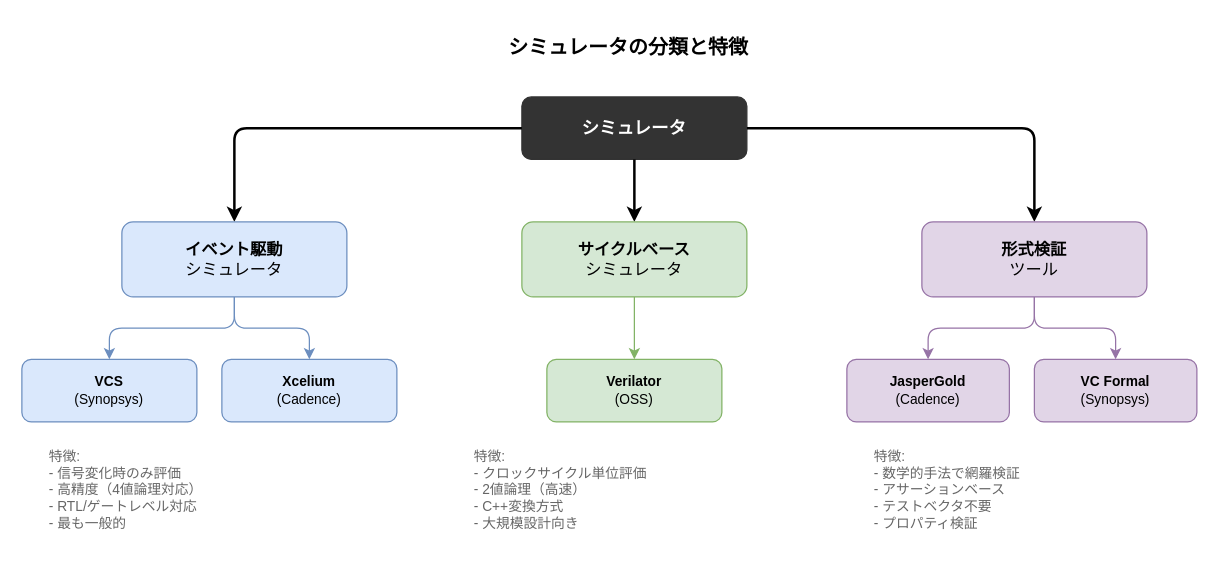
The draw.io diagram images/systemverilog-guidebook/ch02_simulator_overview.drawio in aquaxis/webdoc, before the edit. Source tidied: cells renumbered, new cells numbered last; positions are measured from the earlier drawing's top-left corner, leaving out a move shared by most shapes. Both pictures are drawn from the tidied source at 125%, with x=0, y=0 at pixel (21, 21).
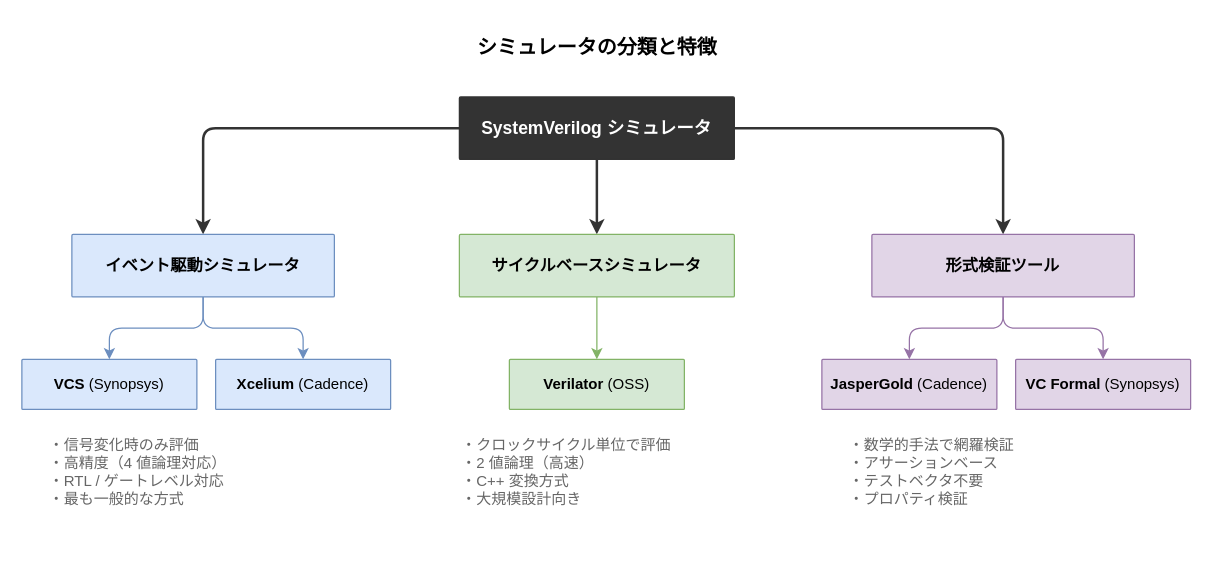
The same page after the edit.

What changed in the source:
```diff
@@
     <mxCell id="2" value="&lt;b&gt;シミュレータの分類と特徴&lt;/b&gt;" style="text;html=1;align=center;verticalAlign=middle;strokeColor=none;fillColor=none;fontSize=16;" parent="1" vertex="1">
-      <mxGeometry x="360" width="250" height="40" as="geometry" />
+      <mxGeometry x="330" width="260" height="40" as="geometry" />
     </mxCell>
-    <mxCell id="3" value="&lt;b&gt;シミュレータ&lt;/b&gt;" style="rounded=1;whiteSpace=wrap;html=1;fillColor=#333333;strokeColor=#333333;fontColor=#ffffff;fontSize=14;" parent="1" vertex="1">
-      <mxGeometry x="400" y="60" width="180" height="50" as="geometry" />
+    <mxCell id="3" value="&lt;b&gt;SystemVerilog シミュレータ&lt;/b&gt;" style="rounded=1;arcSize=2;whiteSpace=wrap;html=1;fillColor=#333333;strokeColor=#333333;fontColor=#ffffff;fontSize=14;" parent="1" vertex="1">
+      <mxGeometry x="350" y="60" width="220" height="50" as="geometry" />
     </mxCell>
-    <mxCell id="4" style="edgeStyle=orthogonalEdgeStyle;strokeWidth=2;" parent="1" edge="1" source="3" target="5">
+    <mxCell id="4" style="edgeStyle=orthogonalEdgeStyle;strokeWidth=2;strokeColor=#333333;" parent="1" edge="1" source="3" target="5">
       <mxGeometry relative="1" as="geometry" />
     </mxCell>
+    <mxCell id="11" style="edgeStyle=orthogonalEdgeStyle;strokeWidth=2;strokeColor=#333333;" parent="1" edge="1" source="3" target="12">
+      <mxGeometry relative="1" as="geometry" />
+    </mxCell>
+    <mxCell id="16" style="edgeStyle=orthogonalEdgeStyle;strokeWidth=2;strokeColor=#333333;" parent="1" edge="1" source="3" target="17">
+      <mxGeometry relative="1" as="geometry" />
+    </mxCell>
-    <mxCell id="5" value="&lt;b&gt;イベント駆動&lt;/b&gt;&lt;br&gt;シミュレータ" style="rounded=1;whiteSpace=wrap;html=1;fillColor=#dae8fc;strokeColor=#6c8ebf;fontSize=13;" parent="1" vertex="1">
-      <mxGeometry x="80" y="160" width="180" height="60" as="geometry" />
+    <mxCell id="5" value="&lt;b&gt;イベント駆動シミュレータ&lt;/b&gt;" style="rounded=1;arcSize=2;whiteSpace=wrap;html=1;fillColor=#dae8fc;strokeColor=#6c8ebf;fontSize=13;" parent="1" vertex="1">
+      <mxGeometry x="40" y="170" width="210" height="50" as="geometry" />
     </mxCell>
@@
-    <mxCell id="8" value="&lt;b&gt;VCS&lt;/b&gt;&lt;br&gt;(Synopsys)" style="rounded=1;whiteSpace=wrap;html=1;fillColor=#dae8fc;strokeColor=#6c8ebf;fontSize=11;" parent="1" vertex="1">
-      <mxGeometry y="270" width="140" height="50" as="geometry" />
+    <mxCell id="8" value="&lt;b&gt;VCS&lt;/b&gt; (Synopsys)" style="rounded=1;arcSize=2;whiteSpace=wrap;html=1;fillColor=#dae8fc;strokeColor=#6c8ebf;fontSize=12;" parent="1" vertex="1">
+      <mxGeometry y="270" width="140" height="40" as="geometry" />
     </mxCell>
-    <mxCell id="9" value="&lt;b&gt;Xcelium&lt;/b&gt;&lt;br&gt;(Cadence)" style="rounded=1;whiteSpace=wrap;html=1;fillColor=#dae8fc;strokeColor=#6c8ebf;fontSize=11;" parent="1" vertex="1">
-      <mxGeometry x="160" y="270" width="140" height="50" as="geometry" />
+    <mxCell id="9" value="&lt;b&gt;Xcelium&lt;/b&gt; (Cadence)" style="rounded=1;arcSize=2;whiteSpace=wrap;html=1;fillColor=#dae8fc;strokeColor=#6c8ebf;fontSize=12;" parent="1" vertex="1">
+      <mxGeometry x="155" y="270" width="140" height="40" as="geometry" />
     </mxCell>
-    <mxCell id="10" value="&lt;font color=&quot;#666666&quot;&gt;特徴:&lt;br&gt;- 信号変化時のみ評価&lt;br&gt;- 高精度（4値論理対応）&lt;br&gt;- RTL/ゲートレベル対応&lt;br&gt;- 最も一般的&lt;/font&gt;" style="text;html=1;align=left;verticalAlign=top;strokeColor=none;fillColor=none;fontSize=11;" parent="1" vertex="1">
-      <mxGeometry x="20" y="335" width="260" height="90" as="geometry" />
+    <mxCell id="10" value="・信号変化時のみ評価&lt;br&gt;・高精度（4 値論理対応）&lt;br&gt;・RTL / ゲートレベル対応&lt;br&gt;・最も一般的な方式" style="text;html=1;align=left;verticalAlign=top;strokeColor=none;fillColor=none;fontSize=12;fontColor=#666666;" parent="1" vertex="1">
+      <mxGeometry x="20" y="325" width="260" height="80" as="geometry" />
     </mxCell>
-    <mxCell id="11" style="edgeStyle=orthogonalEdgeStyle;strokeWidth=2;" parent="1" edge="1" source="3" target="12">
-      <mxGeometry relative="1" as="geometry" />
-    </mxCell>
-    <mxCell id="12" value="&lt;b&gt;サイクルベース&lt;/b&gt;&lt;br&gt;シミュレータ" style="rounded=1;whiteSpace=wrap;html=1;fillColor=#d5e8d4;strokeColor=#82b366;fontSize=13;" parent="1" vertex="1">
-      <mxGeometry x="400" y="160" width="180" height="60" as="geometry" />
+    <mxCell id="12" value="&lt;b&gt;サイクルベースシミュレータ&lt;/b&gt;" style="rounded=1;arcSize=2;whiteSpace=wrap;html=1;fillColor=#d5e8d4;strokeColor=#82b366;fontSize=13;" parent="1" vertex="1">
+      <mxGeometry x="350" y="170" width="220" height="50" as="geometry" />
     </mxCell>
@@
-    <mxCell id="14" value="&lt;b&gt;Verilator&lt;/b&gt;&lt;br&gt;(OSS)" style="rounded=1;whiteSpace=wrap;html=1;fillColor=#d5e8d4;strokeColor=#82b366;fontSize=11;" parent="1" vertex="1">
-      <mxGeometry x="420" y="270" width="140" height="50" as="geometry" />
+    <mxCell id="14" value="&lt;b&gt;Verilator&lt;/b&gt; (OSS)" style="rounded=1;arcSize=2;whiteSpace=wrap;html=1;fillColor=#d5e8d4;strokeColor=#82b366;fontSize=12;" parent="1" vertex="1">
+      <mxGeometry x="390" y="270" width="140" height="40" as="geometry" />
     </mxCell>
-    <mxCell id="15" value="&lt;font color=&quot;#666666&quot;&gt;特徴:&lt;br&gt;- クロックサイクル単位評価&lt;br&gt;- 2値論理（高速）&lt;br&gt;- C++変換方式&lt;br&gt;- 大規模設計向き&lt;/font&gt;" style="text;html=1;align=left;verticalAlign=top;strokeColor=none;fillColor=none;fontSize=11;" parent="1" vertex="1">
-      <mxGeometry x="360" y="335" width="260" height="90" as="geometry" />
+    <mxCell id="15" value="・クロックサイクル単位で評価&lt;br&gt;・2 値論理（高速）&lt;br&gt;・C++ 変換方式&lt;br&gt;・大規模設計向き" style="text;html=1;align=left;verticalAlign=top;strokeColor=none;fillColor=none;fontSize=12;fontColor=#666666;" parent="1" vertex="1">
+      <mxGeometry x="350" y="325" width="230" height="80" as="geometry" />
     </mxCell>
-    <mxCell id="16" style="edgeStyle=orthogonalEdgeStyle;strokeWidth=2;" parent="1" edge="1" source="3" target="17">
-      <mxGeometry relative="1" as="geometry" />
-    </mxCell>
-    <mxCell id="17" value="&lt;b&gt;形式検証&lt;/b&gt;&lt;br&gt;ツール" style="rounded=1;whiteSpace=wrap;html=1;fillColor=#e1d5e7;strokeColor=#9673a6;fontSize=13;" parent="1" vertex="1">
-      <mxGeometry x="720" y="160" width="180" height="60" as="geometry" />
+    <mxCell id="17" value="&lt;b&gt;形式検証ツール&lt;/b&gt;" style="rounded=1;arcSize=2;whiteSpace=wrap;html=1;fillColor=#e1d5e7;strokeColor=#9673a6;fontSize=13;" parent="1" vertex="1">
+      <mxGeometry x="680" y="170" width="210" height="50" as="geometry" />
     </mxCell>
@@
-    <mxCell id="20" value="&lt;b&gt;JasperGold&lt;/b&gt;&lt;br&gt;(Cadence)" style="rounded=1;whiteSpace=wrap;html=1;fillColor=#e1d5e7;strokeColor=#9673a6;fontSize=11;" parent="1" vertex="1">
-      <mxGeometry x="660" y="270" width="130" height="50" as="geometry" />
+    <mxCell id="20" value="&lt;b&gt;JasperGold&lt;/b&gt; (Cadence)" style="rounded=1;arcSize=2;whiteSpace=wrap;html=1;fillColor=#e1d5e7;strokeColor=#9673a6;fontSize=12;" parent="1" vertex="1">
+      <mxGeometry x="640" y="270" width="140" height="40" as="geometry" />
     </mxCell>
-    <mxCell id="21" value="&lt;b&gt;VC Formal&lt;/b&gt;&lt;br&gt;(Synopsys)" style="rounded=1;whiteSpace=wrap;html=1;fillColor=#e1d5e7;strokeColor=#9673a6;fontSize=11;" parent="1" vertex="1">
-      <mxGeometry x="810" y="270" width="130" height="50" as="geometry" />
+    <mxCell id="21" value="&lt;b&gt;VC Formal&lt;/b&gt; (Synopsys)" style="rounded=1;arcSize=2;whiteSpace=wrap;html=1;fillColor=#e1d5e7;strokeColor=#9673a6;fontSize=12;" parent="1" vertex="1">
+      <mxGeometry x="795" y="270" width="140" height="40" as="geometry" />
     </mxCell>
-    <mxCell id="22" value="&lt;font color=&quot;#666666&quot;&gt;特徴:&lt;br&gt;- 数学的手法で網羅検証&lt;br&gt;- アサーションベース&lt;br&gt;- テストベクタ不要&lt;br&gt;- プロパティ検証&lt;/font&gt;" style="text;html=1;align=left;verticalAlign=top;strokeColor=none;fillColor=none;fontSize=11;" parent="1" vertex="1">
-      <mxGeometry x="680" y="335" width="260" height="90" as="geometry" />
+    <mxCell id="22" value="・数学的手法で網羅検証&lt;br&gt;・アサーションベース&lt;br&gt;・テストベクタ不要&lt;br&gt;・プロパティ検証" style="text;html=1;align=left;verticalAlign=top;strokeColor=none;fillColor=none;fontSize=12;fontColor=#666666;" parent="1" vertex="1">
+      <mxGeometry x="660" y="325" width="230" height="80" as="geometry" />
     </mxCell>
```
